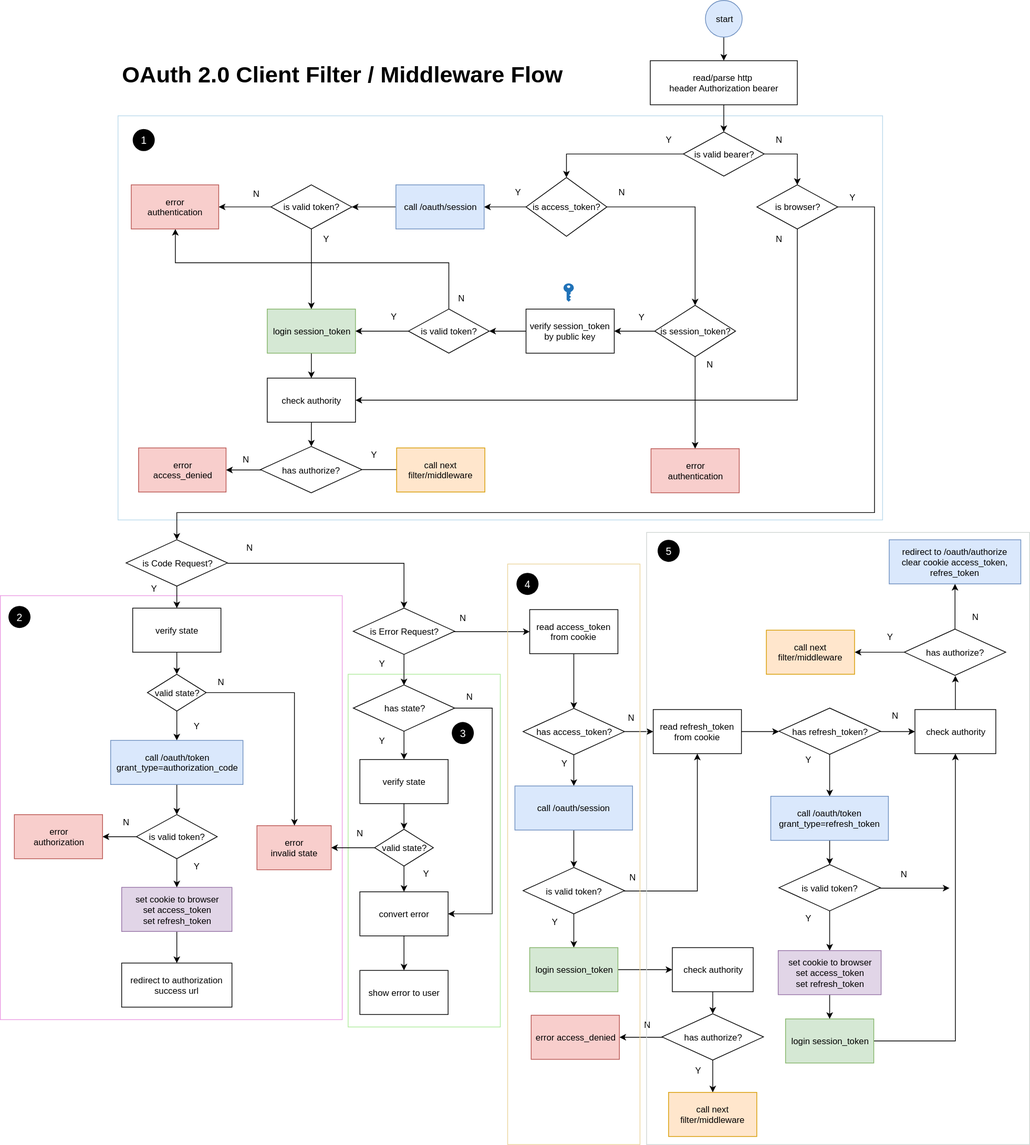
emeraldtechco/developer.pamarin.com keeps this draw.io diagram as document/authentication/oauth-client-flow.svg. Above is the earlier version. Source tidied: cells renumbered, new cells last; positions are measured from the earlier drawing's top-left corner, leaving out a move shared by most shapes.
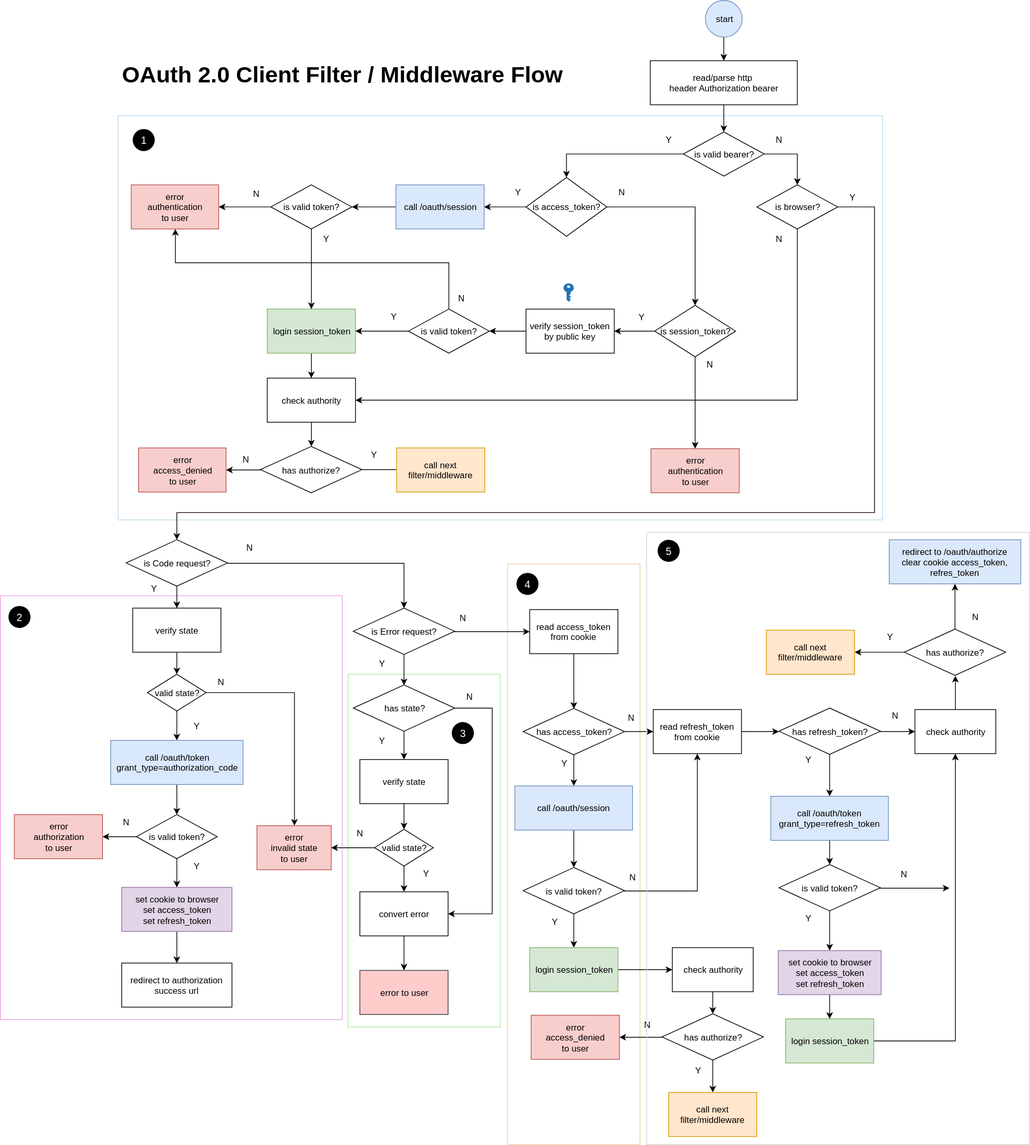
The same file after the commit.

Diff of the diagram source:
```diff
@@ -2,6 +2,9 @@
   <root>
     <mxCell id="0" />
     <mxCell id="1" parent="0" />
+    <mxCell id="152" style="rounded=0;whiteSpace=wrap;html=1;fillColor=none;fontSize=8;strokeColor=#EBD49D;" parent="1" vertex="1">
+      <mxGeometry x="690" y="767" width="180" height="790" as="geometry" />
+    </mxCell>
     <mxCell id="2" style="rounded=0;whiteSpace=wrap;html=1;fillColor=none;fontSize=8;strokeColor=#B0EB9D;" parent="1" vertex="1">
       <mxGeometry x="473" y="917" width="207" height="480" as="geometry" />
     </mxCell>
@@ -67,7 +70,7 @@
     <mxCell id="18" style="edgeStyle=orthogonalEdgeStyle;rounded=0;jettySize=auto;html=1;exitX=1;exitY=0.5;exitDx=0;exitDy=0;entryX=0.5;entryY=0;entryDx=0;entryDy=0;" parent="1" edge="1" source="19" target="51">
       <mxGeometry relative="1" as="geometry" />
     </mxCell>
-    <mxCell id="19" value="is Code Request?" style="rhombus;whiteSpace=wrap;html=1;" parent="1" vertex="1">
+    <mxCell id="19" value="is Code request?" style="rhombus;whiteSpace=wrap;html=1;" parent="1" vertex="1">
       <mxGeometry x="171" y="734" width="138" height="63" as="geometry" />
     </mxCell>
     <mxCell id="20" style="edgeStyle=orthogonalEdgeStyle;rounded=0;jettySize=auto;html=1;" parent="1" edge="1" source="21" target="24">
@@ -153,7 +156,7 @@
     <mxCell id="45" value="Y" style="text;html=1;strokeColor=none;fillColor=none;align=center;verticalAlign=middle;whiteSpace=wrap;rounded=0;" parent="1" vertex="1">
       <mxGeometry x="852" y="421" width="40" height="20" as="geometry" />
     </mxCell>
-    <mxCell id="46" value="error &lt;br&gt;authentication" style="rounded=0;whiteSpace=wrap;html=1;fillColor=#f8cecc;strokeColor=#b85450;" parent="1" vertex="1">
+    <mxCell id="46" value="error &lt;br&gt;authentication&lt;br&gt;to user" style="rounded=0;whiteSpace=wrap;html=1;fillColor=#f8cecc;strokeColor=#b85450;" parent="1" vertex="1">
       <mxGeometry x="885" y="610" width="120" height="60" as="geometry" />
     </mxCell>
     <mxCell id="47" style="edgeStyle=orthogonalEdgeStyle;rounded=0;jettySize=auto;html=1;entryX=0.5;entryY=0;entryDx=0;entryDy=0;" parent="1" edge="1" source="48" target="6">
@@ -168,7 +171,7 @@
     <mxCell id="50" style="edgeStyle=orthogonalEdgeStyle;rounded=0;jettySize=auto;html=1;entryX=0;entryY=0.5;entryDx=0;entryDy=0;" parent="1" edge="1" source="51" target="70">
       <mxGeometry relative="1" as="geometry" />
     </mxCell>
-    <mxCell id="51" value="is Error Request?" style="rhombus;whiteSpace=wrap;html=1;" parent="1" vertex="1">
+    <mxCell id="51" value="is Error request?" style="rhombus;whiteSpace=wrap;html=1;" parent="1" vertex="1">
       <mxGeometry x="480" y="827" width="138" height="63" as="geometry" />
     </mxCell>
     <mxCell id="52" style="edgeStyle=orthogonalEdgeStyle;rounded=0;jettySize=auto;html=1;entryX=0.5;entryY=0;entryDx=0;entryDy=0;" parent="1" edge="1" source="53" target="56">
@@ -186,7 +189,7 @@
     <mxCell id="56" value="valid state?" style="rhombus;whiteSpace=wrap;html=1;" parent="1" vertex="1">
       <mxGeometry x="509" y="1128" width="80" height="50" as="geometry" />
     </mxCell>
-    <mxCell id="57" value="error&lt;br&gt;invalid state" style="rounded=0;whiteSpace=wrap;html=1;fillColor=#f8cecc;strokeColor=#b85450;" parent="1" vertex="1">
+    <mxCell id="57" value="error&lt;br&gt;invalid state&lt;br&gt;to user" style="rounded=0;whiteSpace=wrap;html=1;fillColor=#f8cecc;strokeColor=#b85450;" parent="1" vertex="1">
       <mxGeometry x="349" y="1123" width="101" height="60" as="geometry" />
     </mxCell>
     <mxCell id="58" value="N" style="text;html=1;strokeColor=none;fillColor=none;align=center;verticalAlign=middle;whiteSpace=wrap;rounded=0;" parent="1" vertex="1">
@@ -201,7 +204,7 @@
     <mxCell id="61" value="convert error" style="rounded=0;whiteSpace=wrap;html=1;" parent="1" vertex="1">
       <mxGeometry x="489" y="1213" width="120" height="60" as="geometry" />
     </mxCell>
-    <mxCell id="62" value="show error to user" style="rounded=0;whiteSpace=wrap;html=1;" parent="1" vertex="1">
+    <mxCell id="62" value="error to user" style="rounded=0;whiteSpace=wrap;html=1;fillColor=#ffcccc;strokeColor=#36393d;" parent="1" vertex="1">
       <mxGeometry x="489" y="1320" width="120" height="60" as="geometry" />
     </mxCell>
     <mxCell id="63" value="Y" style="text;html=1;strokeColor=none;fillColor=none;align=center;verticalAlign=middle;whiteSpace=wrap;rounded=0;" parent="1" vertex="1">
@@ -307,7 +310,7 @@
     <mxCell id="93" value="Y" style="text;html=1;strokeColor=none;fillColor=none;align=center;verticalAlign=middle;whiteSpace=wrap;rounded=0;" parent="1" vertex="1">
       <mxGeometry x="423" y="314" width="40" height="20" as="geometry" />
     </mxCell>
-    <mxCell id="94" value="error &lt;br&gt;authentication" style="rounded=0;whiteSpace=wrap;html=1;fillColor=#f8cecc;strokeColor=#b85450;" parent="1" vertex="1">
+    <mxCell id="94" value="error &lt;br&gt;authentication&lt;br&gt;to user" style="rounded=0;whiteSpace=wrap;html=1;fillColor=#f8cecc;strokeColor=#b85450;" parent="1" vertex="1">
       <mxGeometry x="178" y="251" width="119" height="60" as="geometry" />
     </mxCell>
     <mxCell id="95" value="N" style="text;html=1;strokeColor=none;fillColor=none;align=center;verticalAlign=middle;whiteSpace=wrap;rounded=0;" parent="1" vertex="1">
@@ -419,7 +422,7 @@
     <mxCell id="129" value="call next filter/middleware" style="rounded=0;whiteSpace=wrap;html=1;fillColor=#ffe6cc;strokeColor=#d79b00;" parent="1" vertex="1">
       <mxGeometry x="908.9" y="1486" width="120" height="60" as="geometry" />
     </mxCell>
-    <mxCell id="130" value="error access_denied" style="rounded=0;whiteSpace=wrap;html=1;fillColor=#f8cecc;strokeColor=#b85450;" parent="1" vertex="1">
+    <mxCell id="130" value="error &lt;br&gt;access_denied&lt;br&gt;to user" style="rounded=0;whiteSpace=wrap;html=1;fillColor=#f8cecc;strokeColor=#b85450;" parent="1" vertex="1">
       <mxGeometry x="722" y="1381" width="120" height="60" as="geometry" />
     </mxCell>
     <mxCell id="131" value="N" style="text;html=1;strokeColor=none;fillColor=none;align=center;verticalAlign=middle;whiteSpace=wrap;rounded=0;" parent="1" vertex="1">
@@ -448,7 +451,7 @@
     <mxCell id="138" value="call next filter/middleware" style="rounded=0;whiteSpace=wrap;html=1;fillColor=#ffe6cc;strokeColor=#d79b00;" parent="1" vertex="1">
       <mxGeometry x="539" y="609" width="120" height="60" as="geometry" />
     </mxCell>
-    <mxCell id="139" value="error &lt;br&gt;access_denied" style="rounded=0;whiteSpace=wrap;html=1;fillColor=#f8cecc;strokeColor=#b85450;" parent="1" vertex="1">
+    <mxCell id="139" value="error &lt;br&gt;access_denied&lt;br&gt;to user" style="rounded=0;whiteSpace=wrap;html=1;fillColor=#f8cecc;strokeColor=#b85450;" parent="1" vertex="1">
       <mxGeometry x="188" y="609" width="119" height="60" as="geometry" />
     </mxCell>
     <mxCell id="140" value="Y" style="text;html=1;strokeColor=none;fillColor=none;align=center;verticalAlign=middle;whiteSpace=wrap;rounded=0;" parent="1" vertex="1">
@@ -466,7 +469,7 @@
     <mxCell id="144" value="is valid token?" style="rhombus;whiteSpace=wrap;html=1;" parent="1" vertex="1">
       <mxGeometry x="185" y="1108" width="110" height="60" as="geometry" />
     </mxCell>
-    <mxCell id="145" value="error &lt;br&gt;authorization" style="rounded=0;whiteSpace=wrap;html=1;fillColor=#f8cecc;strokeColor=#b85450;" parent="1" vertex="1">
+    <mxCell id="145" value="error &lt;br&gt;authorization&lt;br&gt;to user" style="rounded=0;whiteSpace=wrap;html=1;fillColor=#f8cecc;strokeColor=#b85450;" parent="1" vertex="1">
       <mxGeometry x="19" y="1108" width="120" height="60" as="geometry" />
     </mxCell>
     <mxCell id="146" value="Y" style="text;html=1;strokeColor=none;fillColor=none;align=center;verticalAlign=middle;whiteSpace=wrap;rounded=0;" parent="1" vertex="1">
@@ -487,9 +490,6 @@
     <mxCell id="151" value="set cookie to browser&lt;br&gt;set access_token&lt;br&gt;set refresh_token" style="rounded=0;whiteSpace=wrap;html=1;fillColor=#e1d5e7;strokeColor=#9673a6;" parent="1" vertex="1">
       <mxGeometry x="1058" y="1293" width="140" height="60" as="geometry" />
     </mxCell>
-    <mxCell id="152" style="rounded=0;whiteSpace=wrap;html=1;fillColor=none;fontSize=8;strokeColor=#EBD49D;" parent="1" vertex="1">
-      <mxGeometry x="690" y="767" width="180" height="790" as="geometry" />
-    </mxCell>
     <mxCell id="153" style="rounded=0;whiteSpace=wrap;html=1;fillColor=none;fontSize=8;strokeColor=#D0D6D3;" parent="1" vertex="1">
       <mxGeometry x="879" y="724" width="521" height="833" as="geometry" />
     </mxCell>
```
